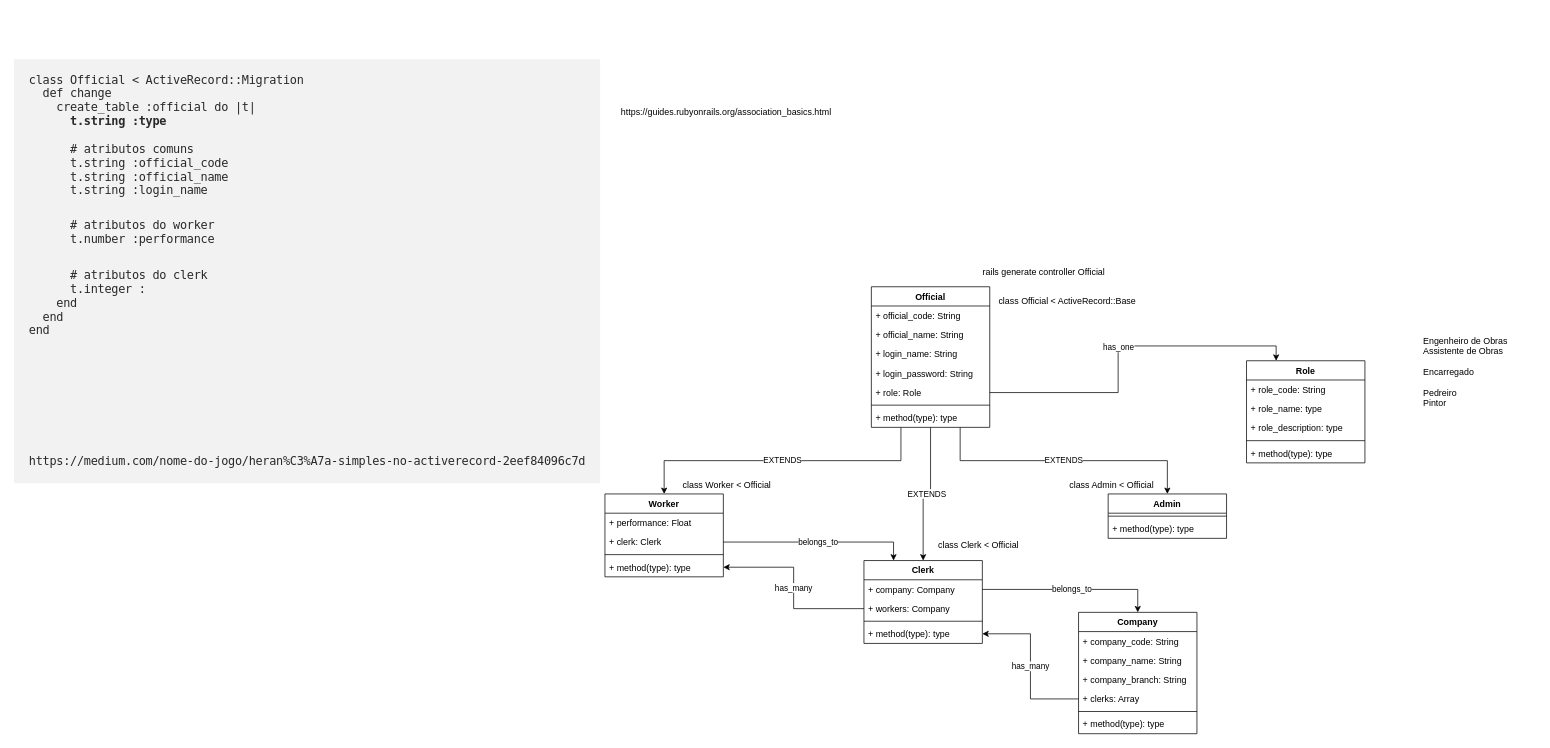
Above: documents/organizacao_app.drawio in gizelecardoso/tcc_sgo_back (draw.io), before the change. Source tidied: cells renumbered, new cells numbered last; positions are measured from the earlier drawing's top-left corner, leaving out a move shared by most shapes. Both pictures are drawn from the tidied source at 74%, with x=0, y=0 at pixel (13, 13).
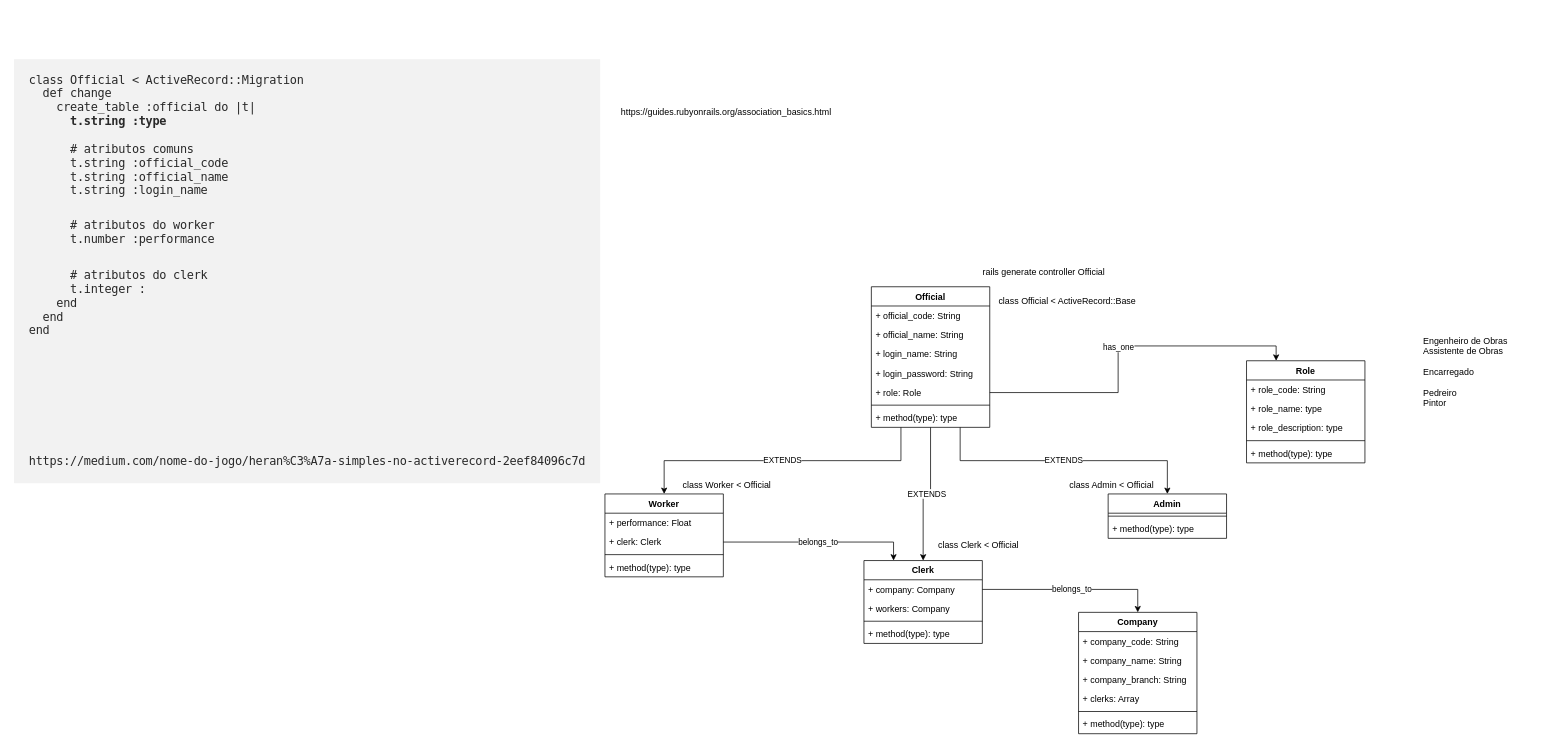
Above is the later version.

The change refers to these unchanged cells:
```xml
<mxCell id="17" value="+ method(type): type" style="text;strokeColor=none;fillColor=none;align=left;verticalAlign=top;spacingLeft=4;spacingRight=4;overflow=hidden;points=[[0,0.5],[1,0.5]];portConstraint=eastwest;" parent="13" vertex="1">
  <mxGeometry y="86" width="160" height="26" as="geometry" />
</mxCell>
<mxCell id="20" value="+ workers: Company" style="text;strokeColor=none;fillColor=none;align=left;verticalAlign=top;spacingLeft=4;spacingRight=4;overflow=hidden;points=[[0,0.5],[1,0.5]];portConstraint=eastwest;" parent="18" vertex="1">
  <mxGeometry y="52" width="160" height="26" as="geometry" />
</mxCell>
<mxCell id="22" value="+ method(type): type" style="text;strokeColor=none;fillColor=none;align=left;verticalAlign=top;spacingLeft=4;spacingRight=4;overflow=hidden;points=[[0,0.5],[1,0.5]];portConstraint=eastwest;" parent="18" vertex="1">
  <mxGeometry y="86" width="160" height="26" as="geometry" />
</mxCell>
<mxCell id="30" value="+ clerks: Array" style="text;strokeColor=none;fillColor=none;align=left;verticalAlign=top;spacingLeft=4;spacingRight=4;overflow=hidden;points=[[0,0.5],[1,0.5]];portConstraint=eastwest;" parent="26" vertex="1">
  <mxGeometry y="104" width="160" height="26" as="geometry" />
</mxCell>
```

Diff of the diagram source:
```diff
@@
-    <mxCell id="42" value="has_many" style="edgeStyle=orthogonalEdgeStyle;rounded=0;jettySize=auto;html=1;exitX=0;exitY=0.5;exitDx=0;exitDy=0;entryX=1;entryY=0.5;entryDx=0;entryDy=0;" parent="1" edge="1" source="30" target="22">
-      <mxGeometry relative="1" as="geometry" />
-    </mxCell>
-    <mxCell id="43" value="has_many" style="edgeStyle=orthogonalEdgeStyle;rounded=0;jettySize=auto;html=1;exitX=0;exitY=0.5;exitDx=0;exitDy=0;entryX=1;entryY=0.5;entryDx=0;entryDy=0;" parent="1" edge="1" source="20" target="17">
-      <mxGeometry relative="1" as="geometry" />
-    </mxCell>
```
